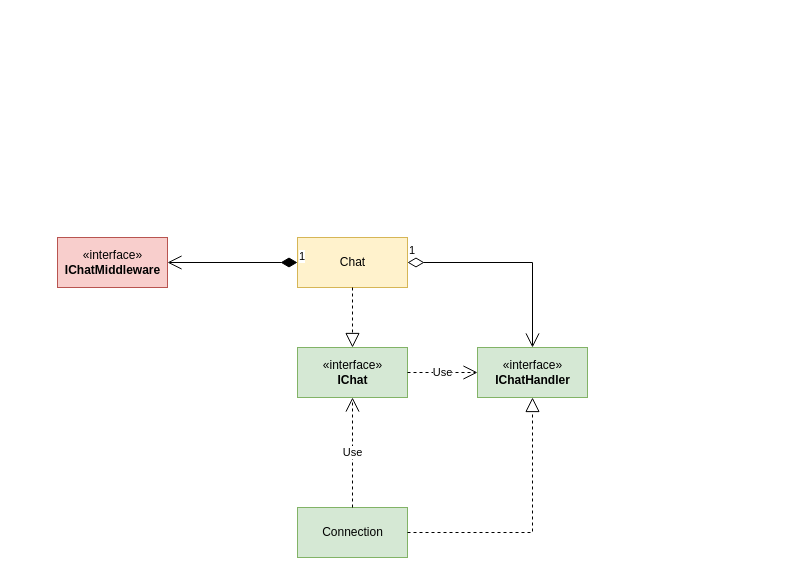
This is doc/class-diagram.drawio from DvEyZ/lanchat2-server, a draw.io file, before an edit. Source tidied: cells renumbered, new cells numbered last; positions are measured from the earlier drawing's top-left corner, leaving out a move shared by most shapes. Both pictures are drawn from the tidied source at 100%, with x=0, y=0 at pixel (57, 237).
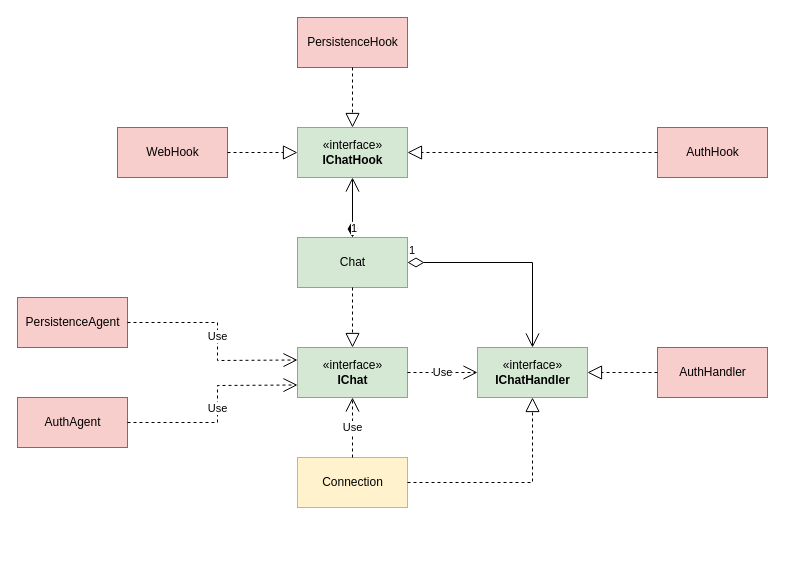
The same diagram, later.

Unchanged cells that the change refers to:
```xml
<mxCell id="2" value="«interface»&lt;br&gt;&lt;b&gt;IChat&lt;/b&gt;" style="html=1;fillColor=#d5e8d4;strokeColor=#82b366;" parent="1" vertex="1">
  <mxGeometry x="240" y="110" width="110" height="50" as="geometry" />
</mxCell>
<mxCell id="7" value="«interface»&lt;br&gt;&lt;b&gt;IChatHandler&lt;/b&gt;" style="html=1;fillColor=#d5e8d4;strokeColor=#82b366;" parent="1" vertex="1">
  <mxGeometry x="420" y="110" width="110" height="50" as="geometry" />
</mxCell>
```

The edit, as a diff of the source:
```diff
@@
-    <mxCell id="3" value="Connection" style="html=1;fillColor=#d5e8d4;strokeColor=#82b366;" parent="1" vertex="1">
-      <mxGeometry x="240" y="270" width="110" height="50" as="geometry" />
+    <mxCell id="3" value="Connection" style="html=1;fillColor=#fff2cc;strokeColor=#d6b656;" parent="1" vertex="1">
+      <mxGeometry x="240" y="220" width="110" height="50" as="geometry" />
     </mxCell>
-    <mxCell id="4" value="Chat" style="html=1;fillColor=#fff2cc;strokeColor=#d6b656;" parent="1" vertex="1">
+    <mxCell id="4" value="Chat" style="html=1;fillColor=#d5e8d4;strokeColor=#82b366;" parent="1" vertex="1">
       <mxGeometry x="240" width="110" height="50" as="geometry" />
     </mxCell>
@@
     <mxCell id="10" style="endArrow=block;dashed=1;endFill=0;endSize=12;html=1;rounded=0;exitX=1;exitY=0.5;exitDx=0;exitDy=0;entryX=0.5;entryY=1;entryDx=0;entryDy=0;" parent="1" edge="1" source="3" target="7">
       <mxGeometry relative="1" as="geometry">
         <Array as="points">
-          <mxPoint x="475" y="295" />
+          <mxPoint x="475" y="245" />
         </Array>
       </mxGeometry>
     </mxCell>
-    <mxCell id="11" value="«interface»&lt;br&gt;&lt;b&gt;IChatMiddleware&lt;/b&gt;" style="html=1;fillColor=#f8cecc;strokeColor=#b85450;" parent="1" vertex="1">
-      <mxGeometry width="110" height="50" as="geometry" />
+    <mxCell id="11" value="«interface»&lt;br&gt;&lt;b&gt;IChatHook&lt;/b&gt;" style="html=1;fillColor=#d5e8d4;strokeColor=#82b366;" parent="1" vertex="1">
+      <mxGeometry x="240" y="-110" width="110" height="50" as="geometry" />
     </mxCell>
-    <mxCell id="12" value="1" style="endArrow=open;html=1;endSize=12;startArrow=diamondThin;startSize=14;startFill=1;edgeStyle=orthogonalEdgeStyle;align=left;verticalAlign=bottom;rounded=0;exitX=0;exitY=0.5;exitDx=0;exitDy=0;entryX=1;entryY=0.5;entryDx=0;entryDy=0;" parent="1" edge="1" source="4" target="11">
+    <mxCell id="12" value="1" style="endArrow=open;html=1;endSize=12;startArrow=diamondThin;startSize=14;startFill=1;edgeStyle=orthogonalEdgeStyle;align=left;verticalAlign=bottom;rounded=0;exitX=0.5;exitY=0;exitDx=0;exitDy=0;entryX=0.5;entryY=1;entryDx=0;entryDy=0;" parent="1" edge="1" source="4" target="11">
       <mxGeometry x="-1" y="3" relative="1" as="geometry" />
     </mxCell>
+    <mxCell id="13" value="AuthHook" style="html=1;fillColor=#f8cecc;strokeColor=#b85450;" parent="1" vertex="1">
+      <mxGeometry x="600" y="-110" width="110" height="50" as="geometry" />
+    </mxCell>
+    <mxCell id="14" style="endArrow=block;dashed=1;endFill=0;endSize=12;html=1;rounded=0;exitX=0;exitY=0.5;exitDx=0;exitDy=0;entryX=1;entryY=0.5;entryDx=0;entryDy=0;" parent="1" edge="1" source="13" target="11">
+      <mxGeometry relative="1" as="geometry" />
+    </mxCell>
+    <mxCell id="15" value="PersistenceHook" style="html=1;fillColor=#f8cecc;strokeColor=#b85450;" parent="1" vertex="1">
+      <mxGeometry x="240" y="-220" width="110" height="50" as="geometry" />
+    </mxCell>
+    <mxCell id="16" style="endArrow=block;dashed=1;endFill=0;endSize=12;html=1;rounded=0;exitX=0.5;exitY=1;exitDx=0;exitDy=0;entryX=0.5;entryY=0;entryDx=0;entryDy=0;" parent="1" edge="1" source="15" target="11">
+      <mxGeometry relative="1" as="geometry" />
+    </mxCell>
+    <mxCell id="17" value="WebHook" style="html=1;fillColor=#f8cecc;strokeColor=#b85450;" parent="1" vertex="1">
+      <mxGeometry x="60" y="-110" width="110" height="50" as="geometry" />
+    </mxCell>
+    <mxCell id="18" style="endArrow=block;dashed=1;endFill=0;endSize=12;html=1;rounded=0;exitX=1;exitY=0.5;exitDx=0;exitDy=0;entryX=0;entryY=0.5;entryDx=0;entryDy=0;" parent="1" edge="1" source="17" target="11">
+      <mxGeometry relative="1" as="geometry" />
+    </mxCell>
+    <mxCell id="19" value="AuthHandler" style="html=1;fillColor=#f8cecc;strokeColor=#b85450;" parent="1" vertex="1">
+      <mxGeometry x="600" y="110" width="110" height="50" as="geometry" />
+    </mxCell>
+    <mxCell id="20" style="endArrow=block;dashed=1;endFill=0;endSize=12;html=1;rounded=0;exitX=0;exitY=0.5;exitDx=0;exitDy=0;entryX=1;entryY=0.5;entryDx=0;entryDy=0;" parent="1" edge="1" source="19" target="7">
+      <mxGeometry relative="1" as="geometry" />
+    </mxCell>
+    <mxCell id="21" value="PersistenceAgent" style="html=1;fillColor=#f8cecc;strokeColor=#b85450;" parent="1" vertex="1">
+      <mxGeometry x="-40" y="60" width="110" height="50" as="geometry" />
+    </mxCell>
+    <mxCell id="22" value="AuthAgent" style="html=1;fillColor=#f8cecc;strokeColor=#b85450;" parent="1" vertex="1">
+      <mxGeometry x="-40" y="160" width="110" height="50" as="geometry" />
+    </mxCell>
+    <mxCell id="23" value="Use" style="endArrow=open;endSize=12;dashed=1;html=1;rounded=0;exitX=1;exitY=0.5;exitDx=0;exitDy=0;entryX=0;entryY=0.25;entryDx=0;entryDy=0;" parent="1" edge="1" source="21" target="2">
+      <mxGeometry relative="1" as="geometry">
+        <Array as="points">
+          <mxPoint x="160" y="85" />
+          <mxPoint x="160" y="123" />
+        </Array>
+      </mxGeometry>
+    </mxCell>
+    <mxCell id="24" value="Use" style="endArrow=open;endSize=12;dashed=1;html=1;rounded=0;exitX=1;exitY=0.5;exitDx=0;exitDy=0;entryX=0;entryY=0.75;entryDx=0;entryDy=0;" parent="1" edge="1" source="22" target="2">
+      <mxGeometry relative="1" as="geometry">
+        <Array as="points">
+          <mxPoint x="160" y="185" />
+          <mxPoint x="160" y="148" />
+        </Array>
+      </mxGeometry>
+    </mxCell>
```
